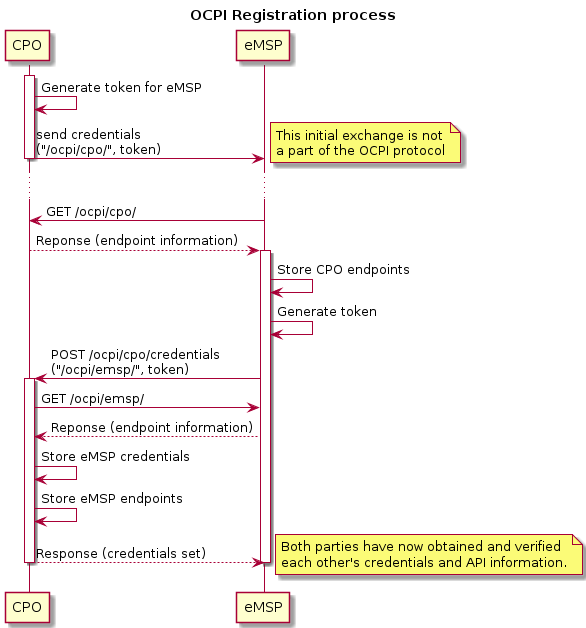
The PlantUML diagram data/registration-sequence.png in ocpi/ocpi, before a commit.
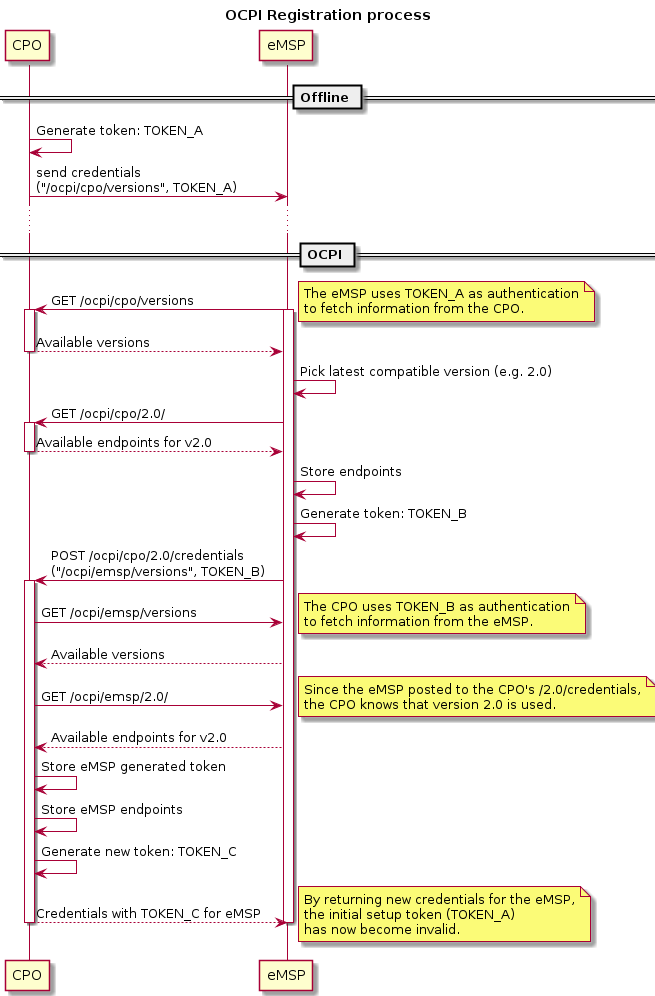
The same diagram one commit later.

Commit message:
Updated registration sequence diagram.

Change to the diagram source:
```diff
@@ -4,40 +4,60 @@
 participant CPO
 participant eMSP
 
+== Offline ==
 
-activate CPO
-CPO -> CPO: Generate token for eMSP
-CPO -> eMSP: send credentials \n("/ocpi/cpo/", token)
-deactivate CPO
-
-note right
-    This initial exchange is not
-    a part of the OCPI protocol
-end note
+CPO -> CPO: Generate token: TOKEN_A
+CPO -> eMSP: send credentials \n("/ocpi/cpo/versions", TOKEN_A)
 
 ...
 
-CPO <- eMSP: GET /ocpi/cpo/
-CPO --> eMSP: Reponse (endpoint information)
+== OCPI ==
 
+CPO <- eMSP: GET /ocpi/cpo/versions
 activate eMSP
-eMSP -> eMSP: Store CPO endpoints
-eMSP -> eMSP: Generate token
-CPO <- eMSP: POST /ocpi/cpo/credentials \n("/ocpi/emsp/", token)
+activate CPO
+note right
+    The eMSP uses TOKEN_A as authentication
+    to fetch information from the CPO.
+end note
+CPO --> eMSP: Available versions
+deactivate CPO
+
+eMSP -> eMSP: Pick latest compatible version (e.g. 2.0)
+CPO <- eMSP: GET /ocpi/cpo/2.0/
+activate CPO
+CPO --> eMSP: Available endpoints for v2.0
+deactivate CPO
+
+eMSP -> eMSP: Store endpoints
+eMSP -> eMSP: Generate token: TOKEN_B
+CPO <- eMSP: POST /ocpi/cpo/2.0/credentials \n("/ocpi/emsp/versions", TOKEN_B)
 
 activate CPO
-CPO -> eMSP: GET /ocpi/emsp/
-CPO <-- eMSP: Reponse (endpoint information)
-CPO -> CPO: Store eMSP credentials
+CPO -> eMSP: GET /ocpi/emsp/versions
+note right
+    The CPO uses TOKEN_B as authentication
+    to fetch information from the eMSP.
+end note
+CPO <-- eMSP: Available versions
+CPO -> eMSP: GET /ocpi/emsp/2.0/
+note right
+    Since the eMSP posted to the CPO's /2.0/credentials,
+    the CPO knows that version 2.0 is used.
+end note
+CPO <-- eMSP: Available endpoints for v2.0
+CPO -> CPO: Store eMSP generated token
 CPO -> CPO: Store eMSP endpoints
-CPO --> eMSP: Response (credentials set)
+CPO -> CPO: Generate new token: TOKEN_C
+CPO --> eMSP: Credentials with TOKEN_C for eMSP
 deactivate CPO
 
 deactivate eMSP
 
 note right
-    Both parties have now obtained and verified
-    each other's credentials and API information.
+    By returning new credentials for the eMSP,
+    the initial setup token (TOKEN_A)
+    has now become invalid.
 end note
 
 @enduml
```
